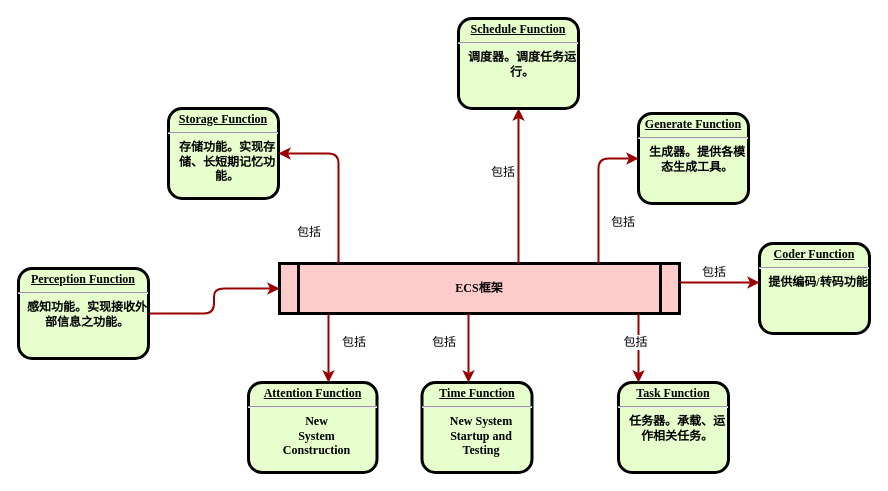
This is page "ECS框架" (1 of 5) of Analyse/ElementalCognitionSystem/ECS框架.drawio from EntelechySystem/EntelechySystem_theory, a draw.io file, before an edit. Source tidied: cells renumbered, new cells numbered last; positions are measured from the earlier drawing's top-left corner, leaving out a move shared by most shapes. Both pictures are drawn from the tidied source at 100%, with x=0, y=0 at pixel (18, 18).
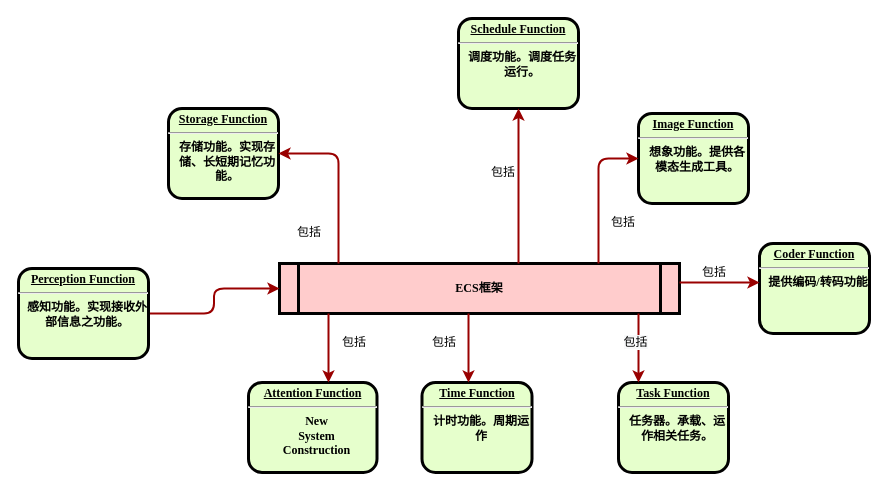
Above is the later version.

What changed in the source:
```diff
@@
-    <mxCell id="4" value="&lt;p style=&quot;margin: 0px; margin-top: 4px; text-align: center; text-decoration: underline;&quot;&gt;&lt;strong&gt;Schedule Function&lt;br&gt;&lt;/strong&gt;&lt;/p&gt;&lt;hr&gt;&lt;p style=&quot;margin: 0px; margin-left: 8px;&quot;&gt;调度器。调度任务运行。&lt;/p&gt;" style="verticalAlign=middle;align=center;overflow=fill;fontSize=12;fontFamily=Times New Roman;html=1;rounded=1;fontStyle=1;strokeWidth=3;fillColor=#E6FFCC;whiteSpace=wrap;" parent="1" vertex="1">
+    <mxCell id="4" value="&lt;p style=&quot;margin: 0px; margin-top: 4px; text-align: center; text-decoration: underline;&quot;&gt;&lt;strong&gt;Schedule Function&lt;br&gt;&lt;/strong&gt;&lt;/p&gt;&lt;hr&gt;&lt;p style=&quot;margin: 0px; margin-left: 8px;&quot;&gt;调度功能。调度任务运行。&lt;/p&gt;" style="verticalAlign=middle;align=center;overflow=fill;fontSize=12;fontFamily=Times New Roman;html=1;rounded=1;fontStyle=1;strokeWidth=3;fillColor=#E6FFCC;whiteSpace=wrap;" parent="1" vertex="1">
       <mxGeometry x="440" width="120" height="90" as="geometry" />
     </mxCell>
@@
-    <mxCell id="6" value="&lt;p style=&quot;margin: 0px; margin-top: 4px; text-align: center; text-decoration: underline;&quot;&gt;Generate Function&lt;/p&gt;&lt;hr&gt;&lt;p style=&quot;margin: 0px; margin-left: 8px;&quot;&gt;生成器。提供各模态生成工具。&lt;/p&gt;" style="verticalAlign=middle;align=center;overflow=fill;fontSize=12;fontFamily=Times New Roman;html=1;rounded=1;fontStyle=1;strokeWidth=3;fillColor=#E6FFCC;whiteSpace=wrap;" parent="1" vertex="1">
+    <mxCell id="6" value="&lt;p style=&quot;margin: 0px; margin-top: 4px; text-align: center; text-decoration: underline;&quot;&gt;Image Function&lt;/p&gt;&lt;hr&gt;&lt;p style=&quot;margin: 0px; margin-left: 8px;&quot;&gt;想象功能。提供各模态生成工具。&lt;/p&gt;" style="verticalAlign=middle;align=center;overflow=fill;fontSize=12;fontFamily=Times New Roman;html=1;rounded=1;fontStyle=1;strokeWidth=3;fillColor=#E6FFCC;whiteSpace=wrap;" parent="1" vertex="1">
       <mxGeometry x="620" y="95" width="110" height="90" as="geometry" />
     </mxCell>
@@
-    <mxCell id="9" value="&lt;p style=&quot;margin: 0px; margin-top: 4px; text-align: center; text-decoration: underline;&quot;&gt;Time Function&lt;/p&gt;&lt;hr&gt;&lt;p style=&quot;margin: 0px; margin-left: 8px;&quot;&gt;New System&lt;/p&gt;&lt;p style=&quot;margin: 0px; margin-left: 8px;&quot;&gt;Startup and&lt;/p&gt;&lt;p style=&quot;margin: 0px; margin-left: 8px;&quot;&gt;Testing&lt;/p&gt;" style="verticalAlign=middle;align=center;overflow=fill;fontSize=12;fontFamily=Times New Roman;html=1;rounded=1;fontStyle=1;strokeWidth=3;fillColor=#E6FFCC;whiteSpace=wrap;" parent="1" vertex="1">
+    <mxCell id="9" value="&lt;p style=&quot;margin: 0px; margin-top: 4px; text-align: center; text-decoration: underline;&quot;&gt;Time Function&lt;/p&gt;&lt;hr&gt;&lt;p style=&quot;margin: 0px; margin-left: 8px;&quot;&gt;计时功能。周期运作&lt;/p&gt;" style="verticalAlign=middle;align=center;overflow=fill;fontSize=12;fontFamily=Times New Roman;html=1;rounded=1;fontStyle=1;strokeWidth=3;fillColor=#E6FFCC;whiteSpace=wrap;" parent="1" vertex="1">
       <mxGeometry x="403.5" y="364" width="110" height="90" as="geometry" />
     </mxCell>
```
